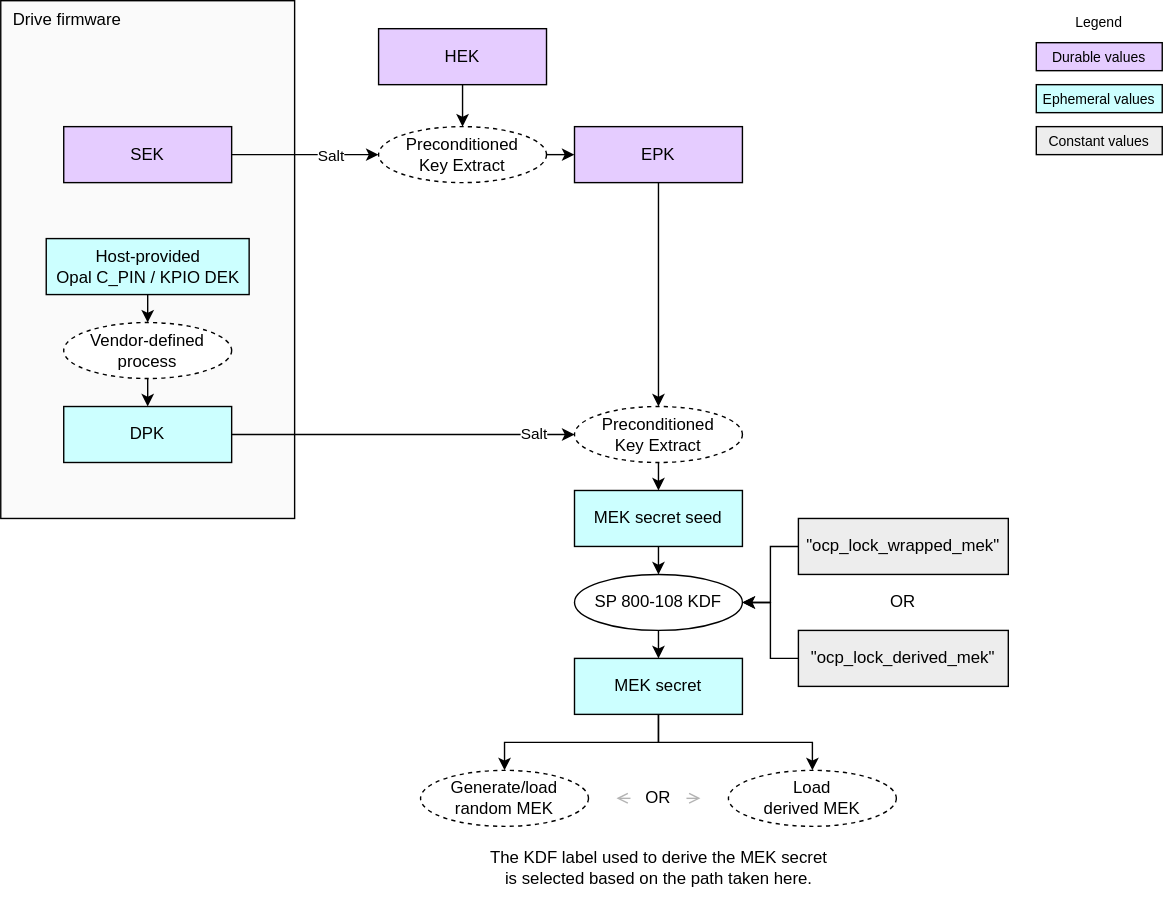
chipsalliance/Caliptra keeps this draw.io diagram as doc/ocp_lock/diagrams/mek_secret_derivation_no_mpks.drawio.svg. Above is the earlier version. Source tidied: cells renumbered, new cells last; positions are measured from the earlier drawing's top-left corner, leaving out a move shared by most shapes.
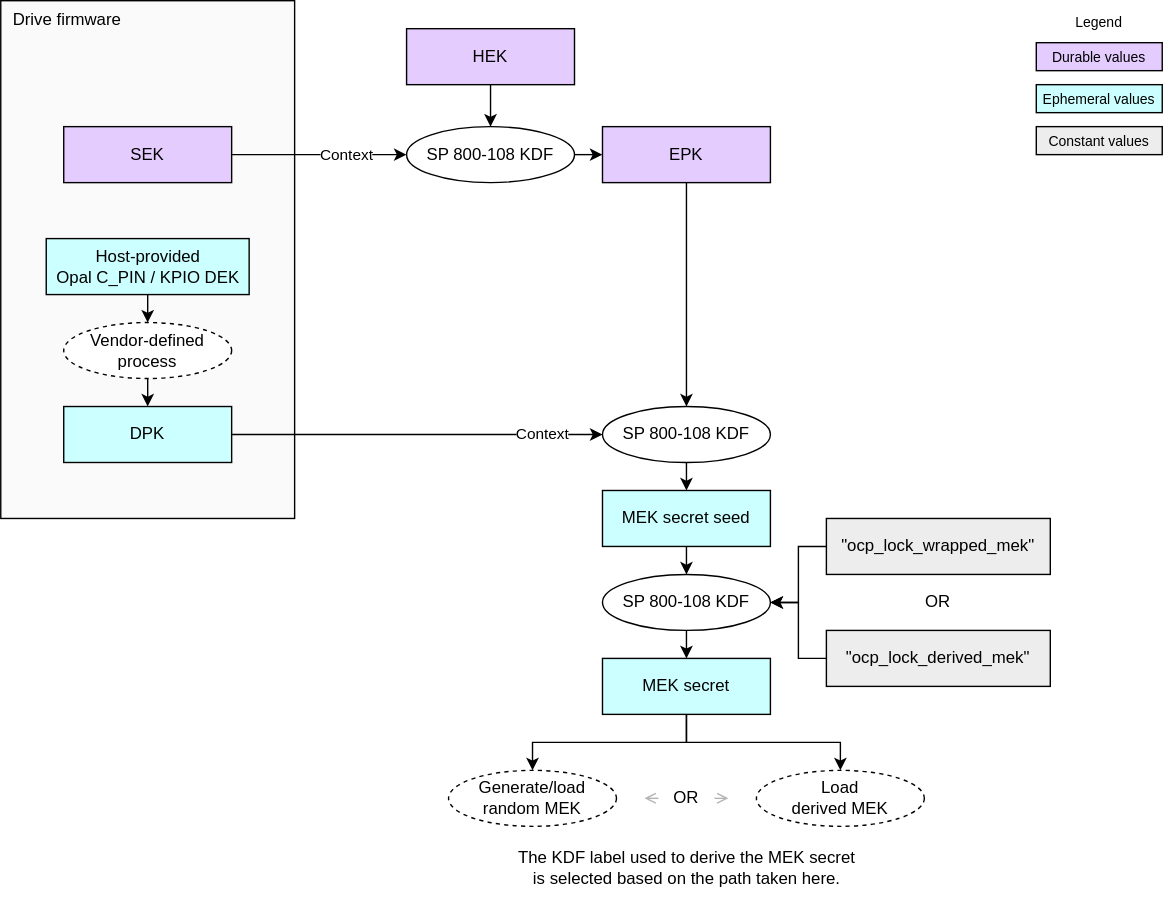
After the change.

Commit message:
Simplify LOCK to avoid use of preconditioned-key-extract.

Change to the diagram source:
```diff
@@ -3,16 +3,16 @@
     <mxCell id="0" />
     <mxCell id="1" parent="0" />
     <mxCell id="2" value="Drive firmware" style="rounded=0;whiteSpace=wrap;html=1;fillColor=#FAFAFA;strokeColor=#000000;align=left;verticalAlign=top;spacingLeft=7;" parent="1" vertex="1">
-      <mxGeometry width="210" height="370" as="geometry" />
+      <mxGeometry x="-20" width="210" height="370" as="geometry" />
     </mxCell>
     <mxCell id="3" value="&lt;div&gt;&lt;font color=&quot;#000000&quot;&gt;Durable values&lt;/font&gt;&lt;/div&gt;" style="rounded=0;whiteSpace=wrap;html=1;align=center;verticalAlign=middle;shadow=0;glass=0;spacingLeft=0;spacingBottom=0;spacingTop=0;fillColor=#E5CCFF;fontSize=10;" parent="1" vertex="1">
-      <mxGeometry x="740" y="30" width="90" height="20" as="geometry" />
+      <mxGeometry x="720" y="30" width="90" height="20" as="geometry" />
     </mxCell>
     <mxCell id="4" value="Legend" style="text;strokeColor=none;align=center;fillColor=none;html=1;verticalAlign=middle;whiteSpace=wrap;rounded=0;fontSize=10;" parent="1" vertex="1">
-      <mxGeometry x="755" width="60" height="30" as="geometry" />
+      <mxGeometry x="735" width="60" height="30" as="geometry" />
     </mxCell>
     <mxCell id="5" value="&lt;div&gt;&lt;font color=&quot;#000000&quot;&gt;Ephemeral values&lt;/font&gt;&lt;/div&gt;" style="rounded=0;whiteSpace=wrap;html=1;align=center;verticalAlign=middle;shadow=0;glass=0;spacingLeft=0;spacingBottom=0;spacingTop=0;fillColor=#CCFFFF;fontSize=10;" parent="1" vertex="1">
-      <mxGeometry x="740" y="60" width="90" height="20" as="geometry" />
+      <mxGeometry x="720" y="60" width="90" height="20" as="geometry" />
     </mxCell>
     <mxCell id="6" style="edgeStyle=none;html=1;exitX=0.5;exitY=1;exitDx=0;exitDy=0;entryX=0.5;entryY=0;entryDx=0;entryDy=0;" parent="1" edge="1" source="7" target="20">
       <mxGeometry relative="1" as="geometry" />
@@ -23,49 +23,49 @@
     <mxCell id="8" style="edgeStyle=none;html=1;exitX=1;exitY=0.5;exitDx=0;exitDy=0;entryX=0;entryY=0.5;entryDx=0;entryDy=0;" parent="1" edge="1" source="10" target="24">
       <mxGeometry relative="1" as="geometry" />
     </mxCell>
-    <mxCell id="9" value="Salt" style="edgeLabel;html=1;align=center;verticalAlign=middle;" parent="8" vertex="1">
+    <mxCell id="9" value="Context" style="edgeLabel;html=1;align=center;verticalAlign=middle;" parent="8" vertex="1">
       <mxGeometry x="0.63" y="1" relative="1" as="geometry">
-        <mxPoint x="15" as="offset" />
+        <mxPoint x="5" as="offset" />
       </mxGeometry>
     </mxCell>
     <mxCell id="10" value="&lt;div&gt;&lt;font color=&quot;#000000&quot;&gt;DPK&lt;/font&gt;&lt;/div&gt;" style="rounded=0;whiteSpace=wrap;html=1;align=center;verticalAlign=middle;shadow=0;glass=0;spacingLeft=0;spacingBottom=0;spacingTop=0;fillColor=#CCFFFF;" parent="1" vertex="1">
-      <mxGeometry x="45" y="290" width="120" height="40" as="geometry" />
+      <mxGeometry x="25" y="290" width="120" height="40" as="geometry" />
     </mxCell>
     <mxCell id="11" style="edgeStyle=orthogonalEdgeStyle;html=1;exitX=1;exitY=0.5;exitDx=0;exitDy=0;entryX=0;entryY=0.5;entryDx=0;entryDy=0;rounded=0;" parent="1" edge="1" source="13" target="20">
       <mxGeometry relative="1" as="geometry">
         <Array as="points">
-          <mxPoint x="200" y="110" />
-          <mxPoint x="200" y="110" />
+          <mxPoint x="180" y="110" />
+          <mxPoint x="180" y="110" />
         </Array>
       </mxGeometry>
     </mxCell>
-    <mxCell id="12" value="Salt" style="edgeLabel;html=1;align=center;verticalAlign=middle;" parent="11" vertex="1">
+    <mxCell id="12" value="Context" style="edgeLabel;html=1;align=center;verticalAlign=middle;" parent="11" vertex="1">
       <mxGeometry x="0.35" y="-3" relative="1" as="geometry">
-        <mxPoint x="-1" y="-3" as="offset" />
+        <mxPoint x="-4" y="-4" as="offset" />
       </mxGeometry>
     </mxCell>
     <mxCell id="13" value="&lt;div&gt;&lt;font color=&quot;#000000&quot;&gt;SEK&lt;/font&gt;&lt;/div&gt;" style="rounded=0;whiteSpace=wrap;html=1;align=center;verticalAlign=middle;shadow=0;glass=0;spacingLeft=0;spacingBottom=0;spacingTop=0;fillColor=#E5CCFF;" parent="1" vertex="1">
-      <mxGeometry x="45" y="90" width="120" height="40" as="geometry" />
+      <mxGeometry x="25" y="90" width="120" height="40" as="geometry" />
     </mxCell>
     <mxCell id="14" value="&lt;div&gt;&lt;font color=&quot;#000000&quot;&gt;Constant values&lt;/font&gt;&lt;/div&gt;" style="rounded=0;whiteSpace=wrap;html=1;align=center;verticalAlign=middle;shadow=0;glass=0;spacingLeft=0;spacingBottom=0;spacingTop=0;fillColor=#EDEDED;fontSize=10;" parent="1" vertex="1">
-      <mxGeometry x="740" y="90" width="90" height="20" as="geometry" />
+      <mxGeometry x="720" y="90" width="90" height="20" as="geometry" />
     </mxCell>
     <mxCell id="15" style="edgeStyle=none;html=1;exitX=0.5;exitY=1;exitDx=0;exitDy=0;entryX=0.5;entryY=0;entryDx=0;entryDy=0;" parent="1" edge="1" source="16" target="10">
       <mxGeometry relative="1" as="geometry" />
     </mxCell>
     <mxCell id="16" value="Vendor-defined process" style="ellipse;whiteSpace=wrap;html=1;fillColor=#FFFFFF;dashed=1;" parent="1" vertex="1">
-      <mxGeometry x="45" y="230" width="120" height="40" as="geometry" />
+      <mxGeometry x="25" y="230" width="120" height="40" as="geometry" />
     </mxCell>
     <mxCell id="17" style="edgeStyle=none;html=1;exitX=0.5;exitY=1;exitDx=0;exitDy=0;entryX=0.5;entryY=0;entryDx=0;entryDy=0;" parent="1" edge="1" source="18" target="16">
       <mxGeometry relative="1" as="geometry" />
     </mxCell>
     <mxCell id="18" value="&lt;div&gt;&lt;font color=&quot;#000000&quot;&gt;Host-provided&lt;/font&gt;&lt;/div&gt;&lt;div&gt;&lt;font color=&quot;#000000&quot;&gt;Opal C_PIN / KPIO DEK&lt;/font&gt;&lt;/div&gt;" style="rounded=0;whiteSpace=wrap;html=1;align=center;verticalAlign=middle;shadow=0;glass=0;spacingLeft=0;spacingBottom=0;spacingTop=0;fillColor=#CCFFFF;" parent="1" vertex="1">
-      <mxGeometry x="32.5" y="170" width="145" height="40" as="geometry" />
+      <mxGeometry x="12.5" y="170" width="145" height="40" as="geometry" />
     </mxCell>
     <mxCell id="19" style="edgeStyle=none;html=1;exitX=1;exitY=0.5;exitDx=0;exitDy=0;entryX=0;entryY=0.5;entryDx=0;entryDy=0;" parent="1" edge="1" source="20" target="22">
       <mxGeometry relative="1" as="geometry" />
     </mxCell>
-    <mxCell id="20" value="&lt;span style=&quot;color: rgb(0, 0, 0);&quot;&gt;Preconditioned&lt;/span&gt;&lt;div&gt;Key Extract&lt;/div&gt;" style="ellipse;whiteSpace=wrap;html=1;fillColor=#FFFFFF;dashed=1;" parent="1" vertex="1">
+    <mxCell id="20" value="SP 800-108 KDF" style="ellipse;whiteSpace=wrap;html=1;fillColor=#FFFFFF;" parent="1" vertex="1">
       <mxGeometry x="270" y="90" width="120" height="40" as="geometry" />
     </mxCell>
     <mxCell id="21" style="edgeStyle=none;html=1;exitX=0.5;exitY=1;exitDx=0;exitDy=0;entryX=0.5;entryY=0;entryDx=0;entryDy=0;" parent="1" edge="1" source="22" target="24">
@@ -77,7 +77,7 @@
     <mxCell id="23" style="edgeStyle=none;html=1;exitX=0.5;exitY=1;exitDx=0;exitDy=0;entryX=0.5;entryY=0;entryDx=0;entryDy=0;" parent="1" edge="1" source="24" target="26">
       <mxGeometry relative="1" as="geometry" />
     </mxCell>
-    <mxCell id="24" value="&lt;span style=&quot;color: rgb(0, 0, 0);&quot;&gt;Preconditioned&lt;/span&gt;&lt;div&gt;Key Extract&lt;/div&gt;" style="ellipse;whiteSpace=wrap;html=1;fillColor=#FFFFFF;dashed=1;" parent="1" vertex="1">
+    <mxCell id="24" value="SP 800-108 KDF" style="ellipse;whiteSpace=wrap;html=1;fillColor=#FFFFFF;" parent="1" vertex="1">
       <mxGeometry x="410" y="290" width="120" height="40" as="geometry" />
     </mxCell>
     <mxCell id="25" style="edgeStyle=none;html=1;exitX=0.5;exitY=1;exitDx=0;exitDy=0;entryX=0.5;entryY=0;entryDx=0;entryDy=0;" parent="1" edge="1" source="26" target="28">
@@ -120,23 +120,23 @@
         <mxPoint x="440" y="570" as="targetPoint" />
       </mxGeometry>
     </mxCell>
+    <mxCell id="42" value="&lt;div&gt;&lt;span style=&quot;color: rgb(0, 0, 0);&quot;&gt;The KDF label used to derive the MEK&amp;nbsp;&lt;/span&gt;&lt;span style=&quot;background-color: transparent;&quot;&gt;secret is selected based on the path taken here.&lt;/span&gt;&lt;/div&gt;" style="text;strokeColor=none;align=center;fillColor=none;html=1;verticalAlign=middle;whiteSpace=wrap;rounded=0;" parent="1" vertex="1">
+      <mxGeometry x="343.8" y="600" width="252.5" height="40" as="geometry" />
+    </mxCell>
-    <mxCell id="37" style="edgeStyle=orthogonalEdgeStyle;html=1;exitX=0;exitY=0.5;exitDx=0;exitDy=0;entryX=1;entryY=0.5;entryDx=0;entryDy=0;rounded=0;" parent="1" edge="1" source="38" target="28">
+    <mxCell id="37" style="edgeStyle=orthogonalEdgeStyle;html=1;exitX=0;exitY=0.5;exitDx=0;exitDy=0;rounded=0;entryX=1;entryY=0.5;entryDx=0;entryDy=0;" parent="1" edge="1" source="38" target="28">
       <mxGeometry relative="1" as="geometry" />
     </mxCell>
     <mxCell id="38" value="&lt;div&gt;&lt;font color=&quot;#000000&quot;&gt;&quot;ocp_lock_wrapped_mek&quot;&lt;/font&gt;&lt;/div&gt;" style="rounded=0;whiteSpace=wrap;html=1;align=center;verticalAlign=middle;shadow=0;glass=0;spacingLeft=0;spacingBottom=0;spacingTop=0;fillColor=#EDEDED;" parent="1" vertex="1">
-      <mxGeometry x="570" y="370" width="150" height="40" as="geometry" />
+      <mxGeometry x="570" y="370" width="160" height="40" as="geometry" />
     </mxCell>
-    <mxCell id="39" style="edgeStyle=orthogonalEdgeStyle;html=1;exitX=0;exitY=0.5;exitDx=0;exitDy=0;entryX=1;entryY=0.5;entryDx=0;entryDy=0;rounded=0;" parent="1" edge="1" source="40" target="28">
+    <mxCell id="39" style="edgeStyle=orthogonalEdgeStyle;html=1;exitX=0;exitY=0.5;exitDx=0;exitDy=0;rounded=0;entryX=1;entryY=0.5;entryDx=0;entryDy=0;" parent="1" edge="1" source="40" target="28">
       <mxGeometry relative="1" as="geometry" />
     </mxCell>
     <mxCell id="40" value="&lt;div&gt;&lt;font color=&quot;#000000&quot;&gt;&quot;ocp_lock_derived_mek&quot;&lt;/font&gt;&lt;/div&gt;" style="rounded=0;whiteSpace=wrap;html=1;align=center;verticalAlign=middle;shadow=0;glass=0;spacingLeft=0;spacingBottom=0;spacingTop=0;fillColor=#EDEDED;" parent="1" vertex="1">
-      <mxGeometry x="570" y="450" width="150" height="40" as="geometry" />
+      <mxGeometry x="570" y="450" width="160" height="40" as="geometry" />
     </mxCell>
     <mxCell id="41" value="OR" style="text;strokeColor=none;align=center;fillColor=none;html=1;verticalAlign=middle;whiteSpace=wrap;rounded=0;" parent="1" vertex="1">
-      <mxGeometry x="625" y="415" width="40" height="30" as="geometry" />
+      <mxGeometry x="570" y="415" width="160" height="30" as="geometry" />
     </mxCell>
-    <mxCell id="42" value="&lt;div&gt;&lt;span style=&quot;color: rgb(0, 0, 0);&quot;&gt;The KDF label used to derive the MEK&amp;nbsp;&lt;/span&gt;&lt;span style=&quot;background-color: transparent;&quot;&gt;secret is selected based on the path taken here.&lt;/span&gt;&lt;/div&gt;" style="text;strokeColor=none;align=center;fillColor=none;html=1;verticalAlign=middle;whiteSpace=wrap;rounded=0;" parent="1" vertex="1">
-      <mxGeometry x="343.8" y="600" width="252.5" height="40" as="geometry" />
-    </mxCell>
   </root>
 </mxGraphModel>
```
